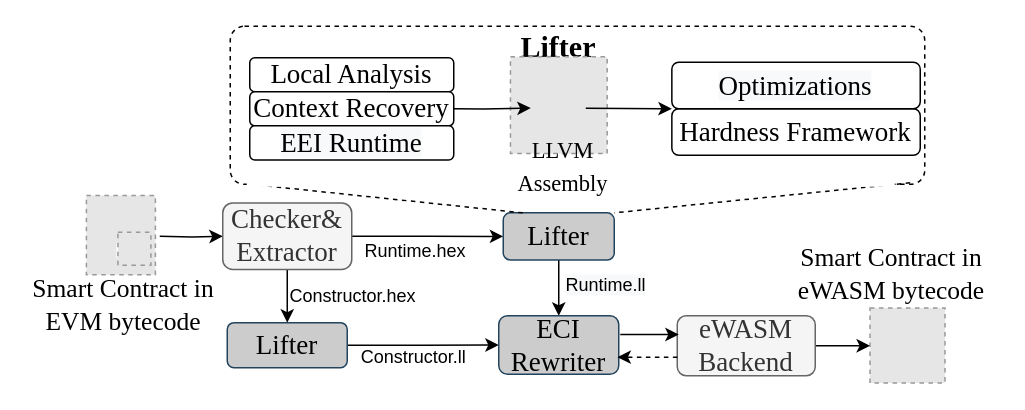
Above: page "Copy of overlook" (2 of 15) of Untitled Diagram.drawio in Kenun99/drawio.repo (draw.io), before the change. Source tidied: cells renumbered, new cells numbered last; positions are measured from the earlier drawing's top-left corner, leaving out a move shared by most shapes. Both pictures are drawn from the tidied source at 150%, with x=0, y=0 at pixel (26, 26). Pictures stored in the file or linked from it are replaced by grey dashed boxes.
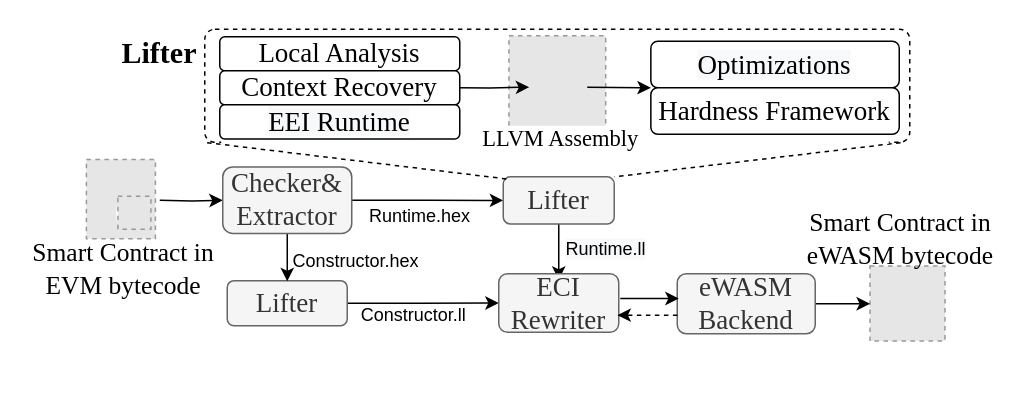
The same page after the edit.

What changed in the source:
```diff
@@
     <mxCell id="2" value="&lt;span style=&quot;color: rgb(0 , 0 , 0) ; font-family: &amp;#34;helvetica&amp;#34; ; font-size: 12px ; font-style: normal ; font-weight: 400 ; letter-spacing: normal ; text-align: center ; text-indent: 0px ; text-transform: none ; word-spacing: 0px ; background-color: rgb(255 , 255 , 255) ; display: inline ; float: none&quot;&gt;Constructor.hex&lt;/span&gt;" style="text;whiteSpace=wrap;html=1;fontSize=12;fontFamily=Helvetica;fontColor=default;" parent="1" vertex="1">
-      <mxGeometry x="174.2" y="166.1" width="120" height="30" as="geometry" />
+      <mxGeometry x="176.2" y="143.1" width="120" height="30" as="geometry" />
     </mxCell>
     <mxCell id="3" value="&lt;span style=&quot;color: rgb(0 , 0 , 0) ; font-family: &amp;#34;helvetica&amp;#34; ; font-size: 12px ; font-style: normal ; font-weight: 400 ; letter-spacing: normal ; text-align: center ; text-indent: 0px ; text-transform: none ; word-spacing: 0px ; background-color: rgb(248 , 249 , 250) ; display: inline ; float: none&quot;&gt;Runtime.ll&lt;/span&gt;" style="text;whiteSpace=wrap;html=1;fontSize=15;fontFamily=Helvetica;fontColor=#000000;" parent="1" vertex="1">
-      <mxGeometry x="357.5" y="155.8" width="61.5" height="30" as="geometry" />
+      <mxGeometry x="357.5" y="131.8" width="61.5" height="30" as="geometry" />
     </mxCell>
     <mxCell id="4" style="rounded=1;whiteSpace=wrap;html=1;dashed=1;fontFamily=Times New Roman;fontSize=18;strokeWidth=1;fillColor=none;shadow=0;arcSize=9;" parent="1" vertex="1">
-      <mxGeometry x="136" width="463" height="105.4" as="geometry" />
+      <mxGeometry x="119" y="2" width="470" height="75.4" as="geometry" />
     </mxCell>
     <mxCell id="5" style="fillColor=#E6E6E6;strokeColor=#999999;dashed=1;verticalLabelPosition=bottom;labelBackgroundColor=#ffffff;verticalAlign=top;fontColor=#000000;fontSize=18;fontFamily=Times New Roman;" parent="1" vertex="1">
-      <mxGeometry x="562.5" y="187.8" width="50" height="50" as="geometry" />
+      <mxGeometry x="562.5" y="159.8" width="50" height="50" as="geometry" />
     </mxCell>
     <mxCell id="6" style="edgeStyle=orthogonalEdgeStyle;rounded=0;jettySize=auto;html=1;entryX=0;entryY=0.5;entryDx=0;entryDy=0;fontFamily=Helvetica;fontSize=12;fontColor=default;" parent="1" edge="1" target="17">
       <mxGeometry relative="1" as="geometry">
-        <mxPoint x="89" y="140" as="sourcePoint" />
+        <mxPoint x="89" y="116" as="sourcePoint" />
       </mxGeometry>
     </mxCell>
     <mxCell id="7" value="&lt;font color=&quot;#000000&quot;&gt;&lt;font style=&quot;font-size: 17px&quot;&gt;Smart Contract in eWASM bytecode&lt;/font&gt;&lt;br&gt;&lt;/font&gt;" style="text;html=1;strokeColor=none;fillColor=none;align=center;verticalAlign=middle;whiteSpace=wrap;rounded=0;labelBackgroundColor=none;fontFamily=Times New Roman;fontSize=18;fontColor=#666666;" parent="1" vertex="1">
-      <mxGeometry x="507" y="150.4" width="140" height="30" as="geometry" />
+      <mxGeometry x="517" y="126.8" width="132" height="30" as="geometry" />
     </mxCell>
     <mxCell id="8" value="&lt;font color=&quot;#000000&quot;&gt;&lt;font style=&quot;font-size: 17px&quot;&gt;Smart Contract in EVM bytecode&lt;/font&gt;&lt;br&gt;&lt;/font&gt;" style="text;html=1;strokeColor=none;fillColor=none;align=center;verticalAlign=middle;whiteSpace=wrap;rounded=0;labelBackgroundColor=none;fontFamily=Times New Roman;fontSize=18;fontColor=#666666;" parent="1" vertex="1">
-      <mxGeometry y="176.1" width="130" height="19.4" as="geometry" />
+      <mxGeometry y="152.1" width="130" height="19.4" as="geometry" />
     </mxCell>
@@
     <mxCell id="10" value="eWASM&lt;br&gt;Backend" style="rounded=1;whiteSpace=wrap;html=1;labelBackgroundColor=none;fontFamily=Times New Roman;fontSize=18;strokeColor=#666666;strokeWidth=1;fillColor=#f5f5f5;fontColor=#333333;" parent="1" vertex="1">
-      <mxGeometry x="434" y="193" width="92" height="40" as="geometry" />
+      <mxGeometry x="434" y="165" width="92" height="40" as="geometry" />
     </mxCell>
@@
-    <mxCell id="12" value="Lifter" style="rounded=1;whiteSpace=wrap;html=1;fontFamily=Times New Roman;fontSize=18;fillColor=#CCCCCC;strokeColor=#23445d;" parent="1" vertex="1">
-      <mxGeometry x="134" y="197.6" width="80" height="30" as="geometry" />
+    <mxCell id="12" value="Lifter" style="rounded=1;whiteSpace=wrap;html=1;fontFamily=Times New Roman;fontSize=18;fillColor=#f5f5f5;strokeColor=#666666;fontColor=#333333;labelBackgroundColor=none;strokeWidth=1;" parent="1" vertex="1">
+      <mxGeometry x="134" y="169.6" width="80" height="30" as="geometry" />
     </mxCell>
     <mxCell id="13" value="&lt;font style=&quot;font-size: 20px&quot;&gt;Lifter&lt;/font&gt;" style="text;html=1;align=center;verticalAlign=middle;whiteSpace=wrap;rounded=0;dashed=1;fontFamily=Times New Roman;fontSize=18;fontStyle=1;" parent="1" vertex="1">
-      <mxGeometry x="325" y="5" width="60" height="17" as="geometry" />
+      <mxGeometry x="59" y="9.8" width="60" height="17" as="geometry" />
     </mxCell>
     <mxCell id="14" style="fillColor=#E6E6E6;strokeColor=#999999;dashed=1;verticalLabelPosition=bottom;labelBackgroundColor=default;verticalAlign=top;" parent="1" vertex="1">
-      <mxGeometry x="322.8" y="20.4" width="64.5" height="64.5" as="geometry" />
+      <mxGeometry x="321.8" y="6.4" width="64.5" height="64.5" as="geometry" />
     </mxCell>
@@
-    <mxCell id="16" style="edgeStyle=orthogonalEdgeStyle;rounded=0;jettySize=auto;html=1;entryX=0.5;entryY=0;entryDx=0;entryDy=0;fontFamily=Helvetica;fontSize=15;fontColor=#000000;" parent="1" edge="1" source="17" target="12">
-      <mxGeometry relative="1" as="geometry" />
+    <mxCell id="16" style="edgeStyle=orthogonalEdgeStyle;rounded=0;jettySize=auto;html=1;fontFamily=Helvetica;fontSize=15;fontColor=#000000;" parent="1" edge="1" source="17">
+      <mxGeometry relative="1" as="geometry">
+        <mxPoint x="174" y="170" as="targetPoint" />
+      </mxGeometry>
     </mxCell>
     <mxCell id="17" value="Checker&amp;amp;&lt;br&gt;Extractor" style="rounded=1;whiteSpace=wrap;html=1;fontFamily=Times New Roman;fontSize=18;fillColor=#f5f5f5;strokeColor=#666666;gradientColor=none;fontColor=#333333;labelBackgroundColor=none;strokeWidth=1;" parent="1" vertex="1">
-      <mxGeometry x="131" y="117.8" width="86" height="44.3" as="geometry" />
+      <mxGeometry x="131" y="93.8" width="86" height="44.3" as="geometry" />
     </mxCell>
-    <mxCell id="18" style="edgeStyle=orthogonalEdgeStyle;rounded=0;jettySize=auto;html=1;entryX=0.5;entryY=0;entryDx=0;entryDy=0;fontFamily=Helvetica;fontSize=12;fontColor=default;exitX=0.5;exitY=1;exitDx=0;exitDy=0;exitPerimeter=0;" parent="1" edge="1" source="19" target="21">
-      <mxGeometry relative="1" as="geometry" />
+    <mxCell id="18" style="edgeStyle=orthogonalEdgeStyle;rounded=0;jettySize=auto;html=1;entryX=0.5;entryY=0;entryDx=0;entryDy=0;fontFamily=Helvetica;fontSize=12;fontColor=default;exitX=0.5;exitY=1;exitDx=0;exitDy=0;exitPerimeter=0;" parent="1" edge="1" source="19">
+      <mxGeometry relative="1" as="geometry">
+        <mxPoint x="355" y="169" as="targetPoint" />
+      </mxGeometry>
     </mxCell>
-    <mxCell id="19" value="Lifter" style="rounded=1;whiteSpace=wrap;html=1;fontFamily=Times New Roman;fontSize=18;fillColor=#CCCCCC;strokeColor=#23445d;points=[[0,0,0,0,0],[0,0.5,0,0,0],[0,0.77,0,0,0],[0,1,0,0,0],[0.25,0,0,0,0],[0.25,1,0,0,0],[0.5,0,0,0,0],[0.5,1,0,0,0],[0.75,0,0,0,0],[0.75,1,0,0,0],[1,0,0,0,0],[1,0.5,0,0,0],[1,0.77,0,0,0],[1,1,0,0,0]];" parent="1" vertex="1">
-      <mxGeometry x="318" y="124.4" width="74" height="31.4" as="geometry" />
+    <mxCell id="19" value="Lifter" style="rounded=1;whiteSpace=wrap;html=1;fontFamily=Times New Roman;fontSize=18;fillColor=#f5f5f5;strokeColor=#666666;points=[[0,0,0,0,0],[0,0.5,0,0,0],[0,0.77,0,0,0],[0,1,0,0,0],[0.25,0,0,0,0],[0.25,1,0,0,0],[0.5,0,0,0,0],[0.5,1,0,0,0],[0.75,0,0,0,0],[0.75,1,0,0,0],[1,0,0,0,0],[1,0.5,0,0,0],[1,0.77,0,0,0],[1,1,0,0,0]];fontColor=#333333;labelBackgroundColor=none;strokeWidth=1;" parent="1" vertex="1">
+      <mxGeometry x="318" y="100.4" width="74" height="31.4" as="geometry" />
     </mxCell>
     <mxCell id="20" style="edgeStyle=orthogonalEdgeStyle;rounded=0;orthogonalLoop=1;jettySize=auto;html=1;" parent="1" edge="1">
       <mxGeometry relative="1" as="geometry">
-        <mxPoint x="396" y="205.5" as="sourcePoint" />
-        <mxPoint x="435" y="206" as="targetPoint" />
+        <mxPoint x="396" y="181.5" as="sourcePoint" />
+        <mxPoint x="435" y="182" as="targetPoint" />
       </mxGeometry>
     </mxCell>
-    <mxCell id="21" value="ECI Rewriter" style="rounded=1;whiteSpace=wrap;html=1;labelBackgroundColor=none;fontFamily=Times New Roman;fontSize=18;strokeColor=#23445d;strokeWidth=1;fillColor=#CCCCCC;fontStyle=0;" parent="1" vertex="1">
-      <mxGeometry x="315" y="193" width="80" height="39" as="geometry" />
+    <mxCell id="21" value="ECI Rewriter" style="rounded=1;whiteSpace=wrap;html=1;labelBackgroundColor=none;fontFamily=Times New Roman;fontSize=18;strokeColor=#666666;strokeWidth=1;fillColor=#f5f5f5;fontStyle=0;fontColor=#333333;" parent="1" vertex="1">
+      <mxGeometry x="315" y="165" width="80" height="39" as="geometry" />
     </mxCell>
     <mxCell id="22" value="&lt;span style=&quot;color: rgb(0 , 0 , 0) ; font-family: &amp;#34;helvetica&amp;#34; ; font-size: 12px ; font-style: normal ; font-weight: 400 ; letter-spacing: normal ; text-align: center ; text-indent: 0px ; text-transform: none ; word-spacing: 0px ; background-color: rgb(255 , 255 , 255) ; display: inline ; float: none&quot;&gt;Runtime.hex&lt;/span&gt;" style="text;whiteSpace=wrap;html=1;fontSize=12;fontFamily=Helvetica;fontColor=default;" parent="1" vertex="1">
-      <mxGeometry x="224" y="136.4" width="84" height="20" as="geometry" />
+      <mxGeometry x="227" y="113.4" width="84" height="20" as="geometry" />
     </mxCell>
     <mxCell id="23" value="Constructor.ll" style="text;html=1;align=center;verticalAlign=middle;strokeColor=none;fillColor=none;fontSize=12;fontFamily=Helvetica;fontColor=default;" parent="1" vertex="1">
-      <mxGeometry x="213" y="211" width="90" height="20" as="geometry" />
+      <mxGeometry x="213" y="183" width="90" height="20" as="geometry" />
     </mxCell>
-    <mxCell id="24" style="endArrow=none;dashed=1;html=1;rounded=0;fontFamily=Helvetica;fontSize=12;fontColor=default;entryX=0.022;entryY=0.996;entryDx=0;entryDy=0;exitX=0;exitY=0;exitDx=0;exitDy=0;exitPerimeter=0;entryPerimeter=0;" parent="1" edge="1" target="4">
+    <mxCell id="24" style="endArrow=none;dashed=1;html=1;rounded=0;fontFamily=Helvetica;fontSize=12;fontColor=default;entryX=0;entryY=1;entryDx=0;entryDy=0;exitX=0.015;exitY=0.044;exitDx=0;exitDy=0;exitPerimeter=0;" parent="1" edge="1" target="4">
       <mxGeometry relative="1" as="geometry">
-        <mxPoint x="331" y="124.4" as="sourcePoint" />
+        <mxPoint x="320.1" y="101.8" as="sourcePoint" />
       </mxGeometry>
     </mxCell>
-    <mxCell id="25" style="endArrow=none;dashed=1;html=1;rounded=0;fontFamily=Helvetica;fontSize=12;fontColor=default;exitX=0.979;exitY=0.99;exitDx=0;exitDy=0;exitPerimeter=0;entryX=1;entryY=0;entryDx=0;entryDy=0;entryPerimeter=0;" parent="1" edge="1" source="4" target="19">
+    <mxCell id="25" style="endArrow=none;dashed=1;html=1;rounded=0;fontFamily=Helvetica;fontSize=12;fontColor=default;exitX=0.987;exitY=1.003;exitDx=0;exitDy=0;exitPerimeter=0;entryX=1;entryY=0;entryDx=0;entryDy=0;entryPerimeter=0;" parent="1" edge="1" source="4" target="19">
       <mxGeometry relative="1" as="geometry" />
     </mxCell>
-    <mxCell id="26" value="Hardness Framework" style="rounded=1;whiteSpace=wrap;html=1;fontFamily=Times New Roman;fontSize=18;" parent="1" vertex="1">
-      <mxGeometry x="430.4" y="55" width="165.6" height="31" as="geometry" />
-    </mxCell>
-    <mxCell id="27" style="rounded=0;whiteSpace=wrap;html=1;shadow=0;dashed=1;fontSize=17;strokeColor=none;" parent="1" vertex="1">
-      <mxGeometry x="147" y="95" width="432" height="12" as="geometry" />
+    <mxCell id="27" style="rounded=0;whiteSpace=wrap;html=1;shadow=0;dashed=1;fontSize=17;strokeColor=none;gradientColor=none;fillColor=#FFFFFF;" parent="1" vertex="1">
+      <mxGeometry x="130" y="66.4" width="445" height="12" as="geometry" />
     </mxCell>
     <mxCell id="28" value="Local Analysis" style="rounded=1;whiteSpace=wrap;html=1;fontFamily=Times New Roman;fontSize=18;" parent="1" vertex="1">
-      <mxGeometry x="149" y="21" width="136" height="22.7" as="geometry" />
+      <mxGeometry x="129" y="7" width="160" height="22.7" as="geometry" />
     </mxCell>
     <mxCell id="29" style="fillColor=#E6E6E6;strokeColor=#999999;dashed=1;verticalLabelPosition=bottom;labelBackgroundColor=#ffffff;verticalAlign=top;fontSize=18;fontFamily=Times New Roman;" parent="1" vertex="1">
-      <mxGeometry x="40.1" y="112.8" width="46" height="52.9" as="geometry" />
+      <mxGeometry x="40.1" y="88.8" width="46" height="52.9" as="geometry" />
     </mxCell>
     <mxCell id="30" style="rounded=0;whiteSpace=wrap;html=1;strokeColor=none;fontFamily=Times New Roman;" parent="1" vertex="1">
-      <mxGeometry x="60.1" y="144.2" width="10" height="10" as="geometry" />
+      <mxGeometry x="60.1" y="120.2" width="10" height="10" as="geometry" />
     </mxCell>
     <mxCell id="31" style="rounded=0;whiteSpace=wrap;html=1;strokeColor=none;fontFamily=Times New Roman;" parent="1" vertex="1">
-      <mxGeometry x="64.2" y="139.2" width="10" height="10" as="geometry" />
+      <mxGeometry x="64.2" y="115.2" width="10" height="10" as="geometry" />
     </mxCell>
     <mxCell id="32" style="rounded=0;whiteSpace=wrap;html=1;strokeColor=none;fontFamily=Times New Roman;" parent="1" vertex="1">
-      <mxGeometry x="64.2" y="148.2" width="10" height="10" as="geometry" />
+      <mxGeometry x="64.2" y="124.2" width="10" height="10" as="geometry" />
     </mxCell>
     <mxCell id="33" style="rounded=0;whiteSpace=wrap;html=1;strokeColor=none;fontFamily=Times New Roman;" parent="1" vertex="1">
-      <mxGeometry x="69.1" y="139.2" width="10" height="10" as="geometry" />
+      <mxGeometry x="69.1" y="115.2" width="10" height="10" as="geometry" />
     </mxCell>
     <mxCell id="34" style="rounded=0;whiteSpace=wrap;html=1;strokeColor=none;fontFamily=Times New Roman;" parent="1" vertex="1">
-      <mxGeometry x="69.2" y="148.2" width="10" height="10" as="geometry" />
+      <mxGeometry x="69.2" y="124.2" width="10" height="10" as="geometry" />
     </mxCell>
     <mxCell id="35" style="fillColor=#E6E6E6;strokeColor=#999999;dashed=1;verticalLabelPosition=bottom;labelBackgroundColor=#ffffff;verticalAlign=top;fontSize=18;fontFamily=Times New Roman;" parent="1" vertex="1">
-      <mxGeometry x="61.1" y="137.3" width="22" height="22" as="geometry" />
+      <mxGeometry x="61.1" y="113.3" width="22" height="22" as="geometry" />
     </mxCell>
     <mxCell id="36" style="endArrow=classic;html=1;rounded=0;fontSize=17;exitX=0.78;exitY=0.53;exitDx=0;exitDy=0;exitPerimeter=0;entryX=0;entryY=1;entryDx=0;entryDy=0;" parent="1" edge="1" target="42">
       <mxGeometry relative="1" as="geometry">
-        <mxPoint x="373" y="54.6" as="sourcePoint" />
+        <mxPoint x="374" y="40.6" as="sourcePoint" />
       </mxGeometry>
     </mxCell>
     <mxCell id="37" style="endArrow=classic;html=1;rounded=0;dashed=1;" parent="1" edge="1">
       <mxGeometry relative="1" as="geometry">
-        <mxPoint x="434.1" y="220.6" as="sourcePoint" />
-        <mxPoint x="394.1" y="220.6" as="targetPoint" />
+        <mxPoint x="434.1" y="192.6" as="sourcePoint" />
+        <mxPoint x="394.1" y="192.6" as="targetPoint" />
       </mxGeometry>
     </mxCell>
@@
     <mxCell id="39" value="Context Recovery" style="rounded=1;whiteSpace=wrap;html=1;fontFamily=Times New Roman;fontSize=18;" parent="1" vertex="1">
-      <mxGeometry x="149" y="43.7" width="136" height="22.7" as="geometry" />
+      <mxGeometry x="129" y="29.7" width="160" height="22.7" as="geometry" />
     </mxCell>
     <mxCell id="40" value="&lt;span style=&quot;color: rgb(0, 0, 0); font-family: &amp;quot;times new roman&amp;quot;; font-size: 18px; font-style: normal; font-weight: 400; letter-spacing: normal; text-align: center; text-indent: 0px; text-transform: none; word-spacing: 0px; background-color: rgb(248, 249, 250); display: inline; float: none;&quot;&gt;EEI Runtime&lt;/span&gt;" style="rounded=1;whiteSpace=wrap;html=1;fontFamily=Times New Roman;fontSize=18;" parent="1" vertex="1">
-      <mxGeometry x="149" y="66.4" width="136" height="22.7" as="geometry" />
+      <mxGeometry x="129" y="52.4" width="160" height="22.7" as="geometry" />
     </mxCell>
-    <mxCell id="41" value="&lt;span style=&quot;font-size: 15px&quot;&gt;&lt;font color=&quot;#000000&quot; style=&quot;font-size: 15px&quot;&gt;LLVM &lt;br&gt;Assembly&lt;/font&gt;&lt;/span&gt;" style="text;html=1;align=center;verticalAlign=middle;whiteSpace=wrap;rounded=0;labelBackgroundColor=none;fontFamily=Times New Roman;fontSize=18;" parent="1" vertex="1">
-      <mxGeometry x="318.4" y="76" width="79.8" height="33.6" as="geometry" />
+    <mxCell id="41" value="&lt;span style=&quot;font-size: 15px&quot;&gt;&lt;font color=&quot;#000000&quot; style=&quot;font-size: 15px&quot;&gt;LLVM Assembly&lt;/font&gt;&lt;/span&gt;" style="text;html=1;align=center;verticalAlign=middle;whiteSpace=wrap;rounded=0;labelBackgroundColor=none;fontFamily=Times New Roman;fontSize=18;" parent="1" vertex="1">
+      <mxGeometry x="298" y="57" width="117.1" height="33.6" as="geometry" />
     </mxCell>
     <mxCell id="42" value="&lt;span style=&quot;color: rgb(0, 0, 0); font-family: &amp;quot;times new roman&amp;quot;; font-size: 18px; font-style: normal; font-weight: 400; letter-spacing: normal; text-align: center; text-indent: 0px; text-transform: none; word-spacing: 0px; background-color: rgb(248, 249, 250); display: inline; float: none;&quot;&gt;Optimizations&lt;/span&gt;" style="rounded=1;whiteSpace=wrap;html=1;fontFamily=Times New Roman;fontSize=18;" parent="1" vertex="1">
-      <mxGeometry x="430.4" y="24" width="165.6" height="31" as="geometry" />
+      <mxGeometry x="416.4" y="10" width="165.6" height="31" as="geometry" />
     </mxCell>
+    <mxCell id="26" value="Hardness Framework" style="rounded=1;whiteSpace=wrap;html=1;fontFamily=Times New Roman;fontSize=18;" parent="1" vertex="1">
+      <mxGeometry x="416.4" y="41" width="165.6" height="31" as="geometry" />
+    </mxCell>
```
